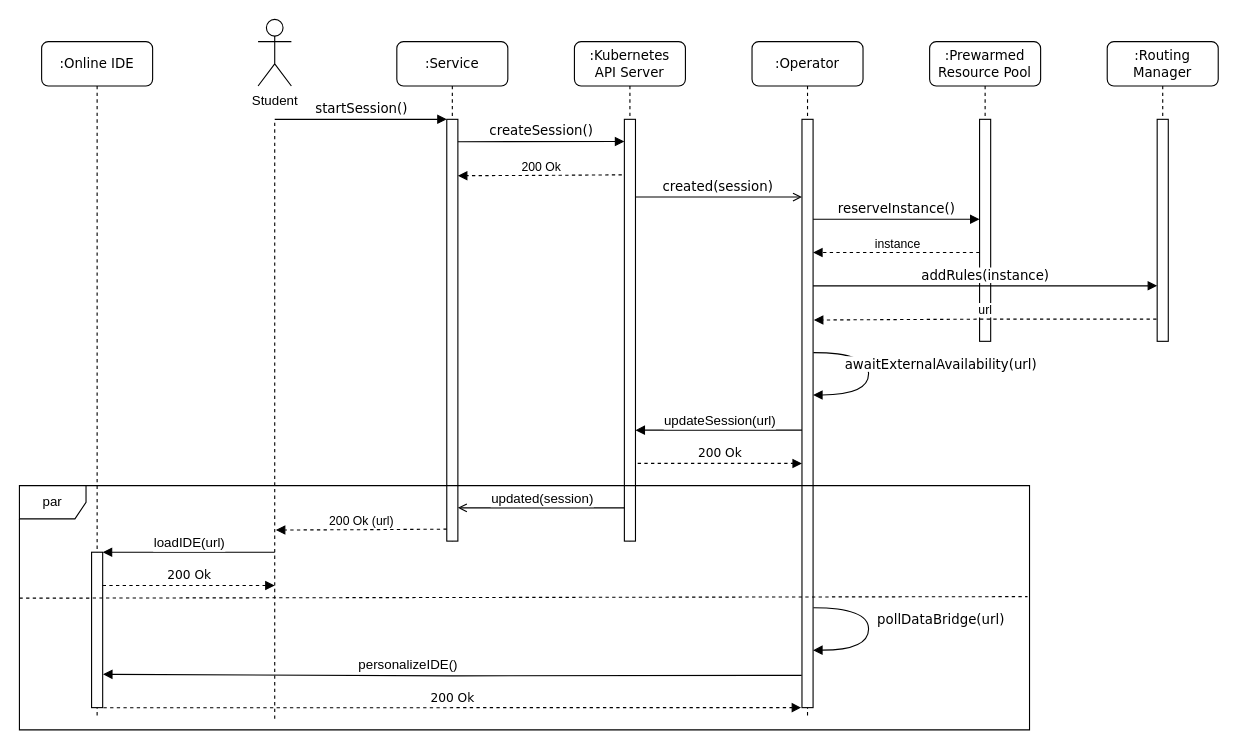
This is figures/startup-seq.checkpoint.drawio from lukaskratzel/ba, a draw.io file, before an edit. Source tidied: cells renumbered, new cells numbered last; positions are measured from the earlier drawing's top-left corner, leaving out a move shared by most shapes. Both pictures are drawn from the tidied source at 111%, with x=0, y=0 at pixel (19, 19).
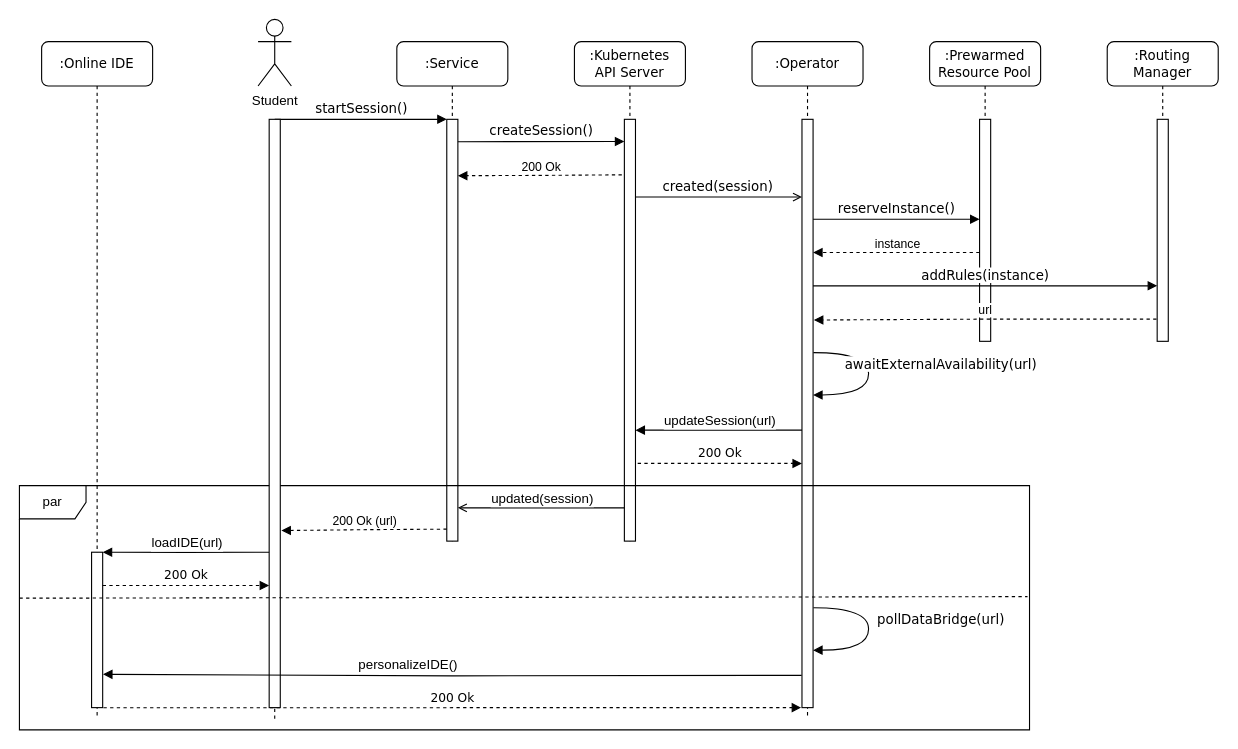
After the change.

The edit, as a diff of the source:
```diff
@@
-    <mxCell id="32" style="endArrow=none;dashed=1;html=1;rounded=0;" parent="1" edge="1">
+    <mxCell id="32" style="endArrow=none;dashed=1;html=1;rounded=0;" parent="1" edge="1" source="45">
       <mxGeometry relative="1" as="geometry">
-        <mxPoint x="230" y="630" as="sourcePoint" />
         <mxPoint x="230" y="90" as="targetPoint" />
       </mxGeometry>
     </mxCell>
-    <mxCell id="33" style="edgeStyle=orthogonalEdgeStyle;rounded=0;orthogonalLoop=1;jettySize=auto;html=1;entryX=1.029;entryY=0.984;entryDx=0;entryDy=0;entryPerimeter=0;exitX=-0.162;exitY=0.977;exitDx=0;exitDy=0;exitPerimeter=0;endArrow=block;endFill=1;" parent="1" edge="1">
+    <mxCell id="33" style="edgeStyle=orthogonalEdgeStyle;rounded=0;jettySize=auto;html=1;entryX=1.029;entryY=0.984;entryDx=0;entryDy=0;entryPerimeter=0;endArrow=block;endFill=1;exitX=0.033;exitY=0.736;exitDx=0;exitDy=0;exitPerimeter=0;" parent="1" edge="1" source="45">
       <mxGeometry relative="1" as="geometry">
-        <mxPoint x="230" y="480" as="sourcePoint" />
         <mxPoint x="75" y="480" as="targetPoint" />
       </mxGeometry>
     </mxCell>
@@
-    <mxCell id="36" style="edgeStyle=orthogonalEdgeStyle;rounded=0;orthogonalLoop=1;jettySize=auto;html=1;entryX=1.065;entryY=0.17;entryDx=0;entryDy=0;entryPerimeter=0;exitX=-0.162;exitY=0.977;exitDx=0;exitDy=0;exitPerimeter=0;dashed=1;endArrow=block;endFill=1;" parent="1" edge="1">
+    <mxCell id="36" style="edgeStyle=orthogonalEdgeStyle;rounded=0;jettySize=auto;html=1;exitX=-0.162;exitY=0.977;exitDx=0;exitDy=0;exitPerimeter=0;dashed=1;endArrow=block;endFill=1;entryX=1.1;entryY=0.699;entryDx=0;entryDy=0;entryPerimeter=0;" parent="1" edge="1" target="45">
       <mxGeometry relative="1" as="geometry">
         <mxPoint x="385" y="459.2" as="sourcePoint" />
-        <mxPoint x="231" y="460" as="targetPoint" />
       </mxGeometry>
     </mxCell>
@@
-    <mxCell id="38" value="200 Ok" style="html=1;verticalAlign=bottom;endArrow=block;labelBackgroundColor=none;fontFamily=Verdana;fontSize=11;edgeStyle=elbowEdgeStyle;elbow=vertical;dashed=1;exitX=1.051;exitY=0.595;exitDx=0;exitDy=0;exitPerimeter=0;" parent="1" edge="1">
+    <mxCell id="38" value="200 Ok" style="html=1;verticalAlign=bottom;endArrow=block;labelBackgroundColor=none;fontFamily=Verdana;fontSize=11;edgeStyle=elbowEdgeStyle;elbow=vertical;dashed=1;exitX=1.051;exitY=0.595;exitDx=0;exitDy=0;exitPerimeter=0;entryX=0;entryY=0.794;entryDx=0;entryDy=0;entryPerimeter=0;" parent="1" edge="1" target="45">
       <mxGeometry relative="1" as="geometry">
         <mxPoint x="75" y="510" as="sourcePoint" />
-        <mxPoint x="230" y="510" as="targetPoint" />
       </mxGeometry>
     </mxCell>
@@
+    <mxCell id="42" value="200 Ok" style="html=1;verticalAlign=bottom;endArrow=block;labelBackgroundColor=none;fontFamily=Verdana;fontSize=11;edgeStyle=elbowEdgeStyle;elbow=vertical;dashed=1;exitX=1.064;exitY=0.881;exitDx=0;exitDy=0;exitPerimeter=0;entryX=-0.072;entryY=0.93;entryDx=0;entryDy=0;entryPerimeter=0;" parent="1" edge="1">
+      <mxGeometry relative="1" as="geometry">
+        <mxPoint x="75.7" y="620.1" as="sourcePoint" />
+        <mxPoint x="704.3" y="620.3" as="targetPoint" />
+      </mxGeometry>
+    </mxCell>
+    <mxCell id="44" style="endArrow=none;dashed=1;html=1;rounded=0;" parent="1" edge="1" target="45">
+      <mxGeometry relative="1" as="geometry">
+        <mxPoint x="230" y="630" as="sourcePoint" />
+      </mxGeometry>
+    </mxCell>
+    <mxCell id="45" style="html=1;points=[];perimeter=orthogonalPerimeter;rounded=0;shadow=0;comic=0;labelBackgroundColor=none;strokeWidth=1;fontFamily=Verdana;fontSize=12;align=center;" parent="1" vertex="1">
+      <mxGeometry x="225" y="90" width="10" height="530" as="geometry" />
+    </mxCell>
+    <mxCell id="43" style="endArrow=none;dashed=1;html=1;rounded=0;entryX=0.998;entryY=0.58;entryDx=0;entryDy=0;entryPerimeter=0;" parent="1" edge="1">
+      <mxGeometry relative="1" as="geometry">
+        <mxPoint y="521.4" as="sourcePoint" />
+        <mxPoint x="908.2" y="520" as="targetPoint" />
+      </mxGeometry>
+    </mxCell>
@@
-    <mxCell id="42" value="200 Ok" style="html=1;verticalAlign=bottom;endArrow=block;labelBackgroundColor=none;fontFamily=Verdana;fontSize=11;edgeStyle=elbowEdgeStyle;elbow=vertical;dashed=1;exitX=1.064;exitY=0.881;exitDx=0;exitDy=0;exitPerimeter=0;entryX=-0.072;entryY=0.93;entryDx=0;entryDy=0;entryPerimeter=0;" parent="1" edge="1">
-      <mxGeometry relative="1" as="geometry">
-        <mxPoint x="75.7" y="620.1" as="sourcePoint" />
-        <mxPoint x="704.3" y="620.3" as="targetPoint" />
-      </mxGeometry>
-    </mxCell>
-    <mxCell id="43" style="endArrow=none;dashed=1;html=1;rounded=0;entryX=0.998;entryY=0.58;entryDx=0;entryDy=0;entryPerimeter=0;" parent="1" edge="1">
-      <mxGeometry relative="1" as="geometry">
-        <mxPoint y="521.4" as="sourcePoint" />
-        <mxPoint x="908.2" y="520" as="targetPoint" />
-      </mxGeometry>
-    </mxCell>
```
